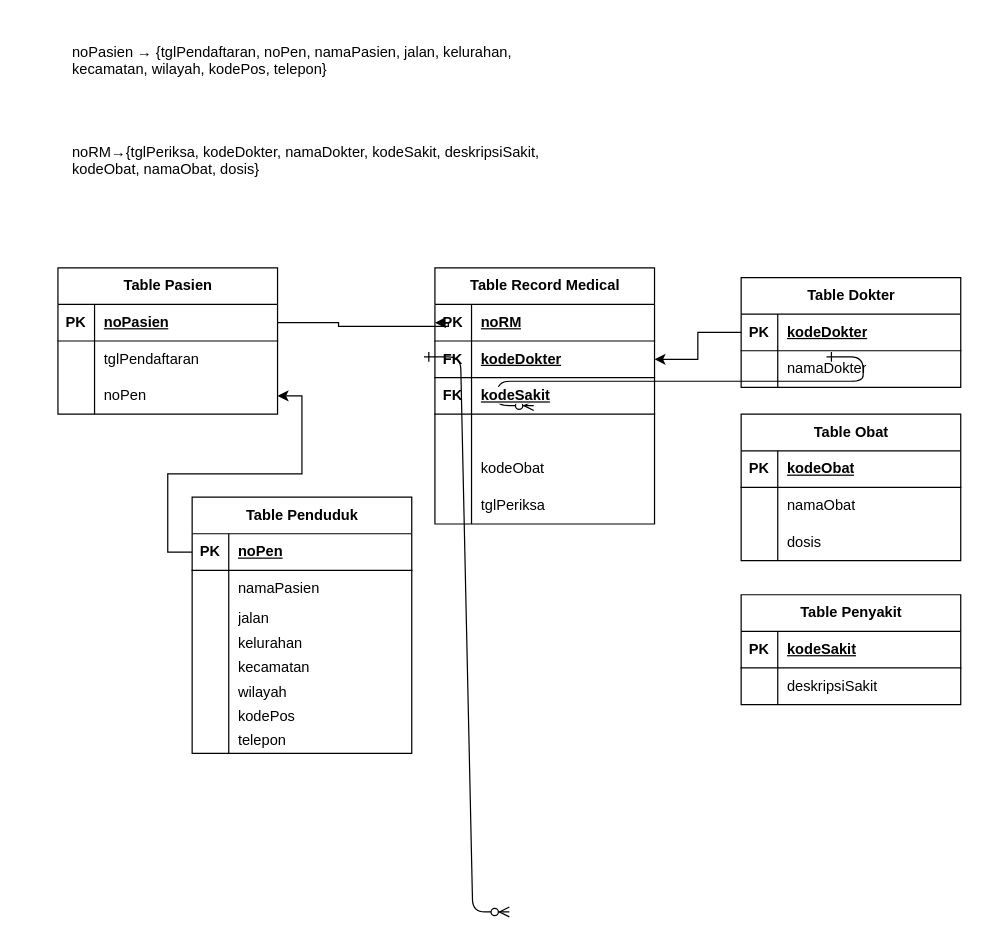
Earlier version of the draw.io diagram management-basisdata/Untitled Diagram.drawio (xoghub/diagrams). Source tidied: cells renumbered, new cells numbered last; positions are measured from the earlier drawing's top-left corner, leaving out a move shared by most shapes. Both pictures are drawn from the tidied source at 122%, with x=0, y=0 at pixel (57, 21).
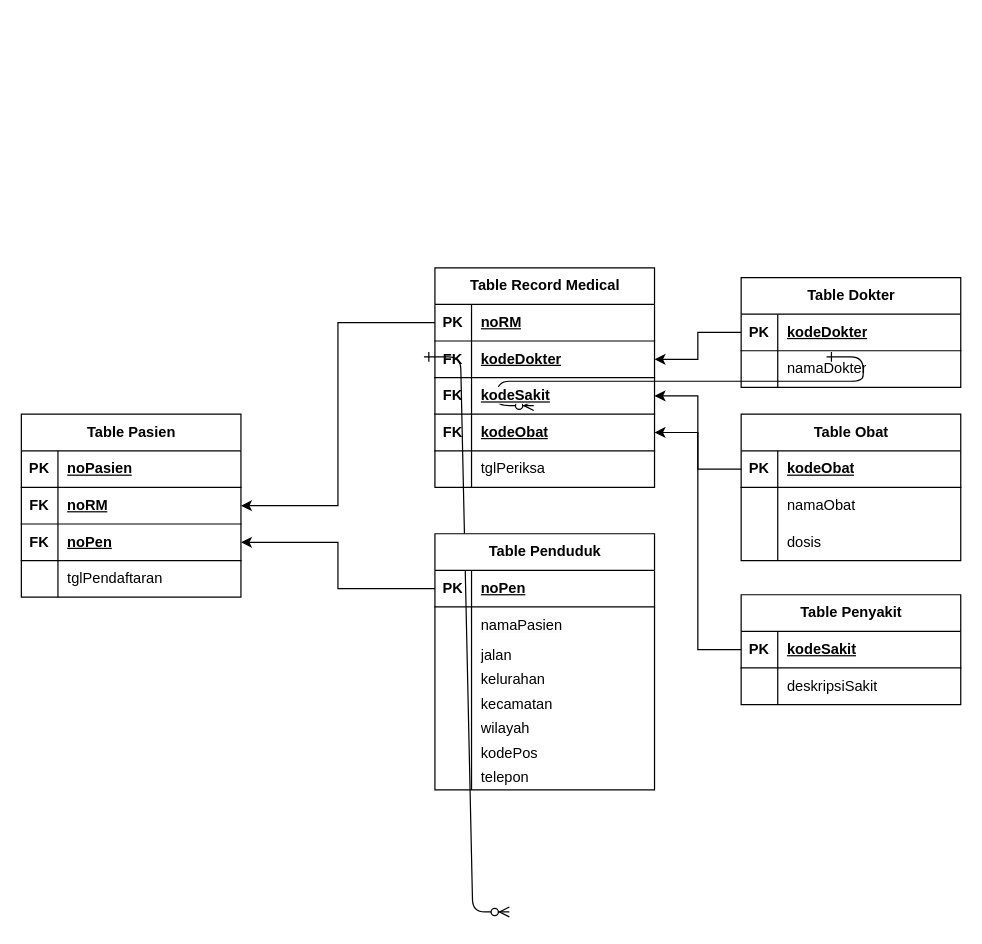
Above is the later version.

The change refers to these unchanged cells:
```xml
<mxCell id="5" style="shape=tableRow;horizontal=0;startSize=0;swimlaneHead=0;swimlaneBody=0;fillColor=none;points=[[0,0.5],[1,0.5]];portConstraint=eastwest;top=0;left=0;right=0;bottom=1;" parent="4" vertex="1">
  <mxGeometry y="30" width="180" height="30" as="geometry" />
</mxCell>
<mxCell id="15" style="shape=tableRow;horizontal=0;startSize=0;swimlaneHead=0;swimlaneBody=0;fillColor=none;points=[[0,0.5],[1,0.5]];portConstraint=eastwest;top=0;left=0;right=0;bottom=1;" parent="14" vertex="1">
  <mxGeometry y="30" width="180" height="30" as="geometry" />
</mxCell>
<mxCell id="21" style="shape=tableRow;horizontal=0;startSize=0;swimlaneHead=0;swimlaneBody=0;fillColor=none;points=[[0,0.5],[1,0.5]];portConstraint=eastwest;top=0;left=0;right=0;bottom=1;" parent="14" vertex="1">
  <mxGeometry y="90" width="180" height="30" as="geometry" />
</mxCell>
<mxCell id="36" style="shape=tableRow;horizontal=0;startSize=0;swimlaneHead=0;swimlaneBody=0;fillColor=none;points=[[0,0.5],[1,0.5]];portConstraint=eastwest;top=0;left=0;right=0;bottom=1;" parent="35" vertex="1">
  <mxGeometry y="30" width="180" height="30" as="geometry" />
</mxCell>
<mxCell id="74" style="shape=tableRow;horizontal=0;startSize=0;swimlaneHead=0;swimlaneBody=0;fillColor=none;points=[[0,0.5],[1,0.5]];portConstraint=eastwest;top=0;left=0;right=0;bottom=1;" parent="73" vertex="1">
  <mxGeometry y="30" width="180" height="30" as="geometry" />
</mxCell>
<mxCell id="84" style="shape=tableRow;horizontal=0;startSize=0;swimlaneHead=0;swimlaneBody=0;fillColor=none;points=[[0,0.5],[1,0.5]];portConstraint=eastwest;top=0;left=0;right=0;bottom=1;" parent="83" vertex="1">
  <mxGeometry y="30" width="180" height="30" as="geometry" />
</mxCell>
```

The edit, as a diff of the source:
```diff
@@
     <mxCell id="4" value="Table Pasien" style="shape=table;startSize=30;childLayout=tableLayout;rowLines=0;fontStyle=1;align=center;html=1;" parent="1" vertex="1">
-      <mxGeometry y="202" width="180" height="120" as="geometry" />
+      <mxGeometry x="-30" y="322" width="180" height="150" as="geometry" />
     </mxCell>
@@
+    <mxCell id="90" style="shape=tableRow;horizontal=0;startSize=0;swimlaneHead=0;swimlaneBody=0;fillColor=none;points=[[0,0.5],[1,0.5]];portConstraint=eastwest;top=0;left=0;right=0;bottom=1;" parent="4" vertex="1">
+      <mxGeometry y="60" width="180" height="30" as="geometry" />
+    </mxCell>
+    <mxCell id="91" value="FK" style="shape=partialRectangle;fillColor=none;top=0;left=0;bottom=0;right=0;fontStyle=1;overflow=hidden;whiteSpace=wrap;html=1;" parent="90" vertex="1">
+      <mxGeometry width="30" height="30" as="geometry" />
+    </mxCell>
+    <mxCell id="92" value="noRM" style="shape=partialRectangle;fillColor=none;top=0;left=0;bottom=0;right=0;align=left;spacingLeft=6;fontStyle=5;overflow=hidden;whiteSpace=wrap;html=1;" parent="90" vertex="1">
+      <mxGeometry x="30" width="150" height="30" as="geometry" />
+    </mxCell>
+    <mxCell id="93" style="shape=tableRow;horizontal=0;startSize=0;swimlaneHead=0;swimlaneBody=0;fillColor=none;points=[[0,0.5],[1,0.5]];portConstraint=eastwest;top=0;left=0;right=0;bottom=1;" parent="4" vertex="1">
+      <mxGeometry y="90" width="180" height="30" as="geometry" />
+    </mxCell>
+    <mxCell id="94" value="FK" style="shape=partialRectangle;fillColor=none;top=0;left=0;bottom=0;right=0;fontStyle=1;overflow=hidden;whiteSpace=wrap;html=1;" parent="93" vertex="1">
+      <mxGeometry width="30" height="30" as="geometry" />
+    </mxCell>
+    <mxCell id="13" value="noPen" style="shape=partialRectangle;fillColor=none;top=0;left=0;bottom=0;right=0;align=left;spacingLeft=6;fontStyle=5;overflow=hidden;whiteSpace=wrap;html=1;" parent="93" vertex="1">
+      <mxGeometry x="30" width="150" height="30" as="geometry" />
+    </mxCell>
     <mxCell id="8" style="shape=tableRow;horizontal=0;startSize=0;swimlaneHead=0;swimlaneBody=0;fillColor=none;top=0;left=0;right=0;bottom=0;" parent="4" vertex="1">
-      <mxGeometry y="60" width="180" height="30" as="geometry" />
+      <mxGeometry y="120" width="180" height="30" as="geometry" />
     </mxCell>
@@
-    <mxCell id="11" style="shape=tableRow;horizontal=0;startSize=0;swimlaneHead=0;swimlaneBody=0;fillColor=none;points=[[0,0.5],[1,0.5]];portConstraint=eastwest;top=0;left=0;right=0;bottom=0;" parent="4" vertex="1">
-      <mxGeometry y="90" width="180" height="30" as="geometry" />
-    </mxCell>
-    <mxCell id="12" style="shape=partialRectangle;fillColor=none;top=0;left=0;bottom=0;right=0;overflow=hidden;whiteSpace=wrap;html=1;" parent="11" vertex="1">
-      <mxGeometry width="30" height="30" as="geometry" />
-    </mxCell>
-    <mxCell id="13" value="noPen" style="shape=partialRectangle;fillColor=none;top=0;left=0;bottom=0;right=0;align=left;spacingLeft=6;overflow=hidden;whiteSpace=wrap;html=1;" parent="11" vertex="1">
-      <mxGeometry x="30" width="150" height="30" as="geometry" />
-    </mxCell>
     <mxCell id="14" value="Table Record Medical" style="shape=table;startSize=30;childLayout=tableLayout;rowLines=0;fontStyle=1;align=center;html=1;" parent="1" vertex="1">
-      <mxGeometry x="309" y="202" width="180" height="210" as="geometry" />
+      <mxGeometry x="309" y="202" width="180" height="180" as="geometry" />
     </mxCell>
@@
-    <mxCell id="24" style="shape=tableRow;horizontal=0;startSize=0;swimlaneHead=0;swimlaneBody=0;fillColor=none;top=0;left=0;right=0;bottom=0;" parent="14" vertex="1">
-      <mxGeometry y="120" width="180" height="30" as="geometry" />
-    </mxCell>
-    <mxCell id="25" style="shape=partialRectangle;fillColor=none;top=0;left=0;bottom=0;right=0;overflow=hidden;whiteSpace=wrap;html=1;" parent="24" vertex="1">
-      <mxGeometry width="30" height="30" as="geometry" />
-    </mxCell>
-    <mxCell id="26" style="shape=partialRectangle;fillColor=none;top=0;left=0;bottom=0;right=0;align=left;spacingLeft=6;overflow=hidden;whiteSpace=wrap;html=1;" parent="24" vertex="1">
-      <mxGeometry x="30" width="150" height="30" as="geometry" />
-    </mxCell>
-    <mxCell id="27" style="shape=tableRow;horizontal=0;startSize=0;swimlaneHead=0;swimlaneBody=0;fillColor=none;top=0;left=0;right=0;bottom=0;" parent="14" vertex="1">
-      <mxGeometry y="150" width="180" height="30" as="geometry" />
-    </mxCell>
-    <mxCell id="28" style="shape=partialRectangle;fillColor=none;top=0;left=0;bottom=0;right=0;overflow=hidden;whiteSpace=wrap;html=1;" parent="27" vertex="1">
-      <mxGeometry width="30" height="30" as="geometry" />
-    </mxCell>
+    <mxCell id="95" style="shape=tableRow;horizontal=0;startSize=0;swimlaneHead=0;swimlaneBody=0;fillColor=none;points=[[0,0.5],[1,0.5]];portConstraint=eastwest;top=0;left=0;right=0;bottom=1;" parent="14" vertex="1">
+      <mxGeometry y="120" width="180" height="30" as="geometry" />
+    </mxCell>
+    <mxCell id="96" value="FK" style="shape=partialRectangle;fillColor=none;top=0;left=0;bottom=0;right=0;fontStyle=1;overflow=hidden;whiteSpace=wrap;html=1;" parent="95" vertex="1">
+      <mxGeometry width="30" height="30" as="geometry" />
+    </mxCell>
-    <mxCell id="29" value="kodeObat" style="shape=partialRectangle;fillColor=none;top=0;left=0;bottom=0;right=0;align=left;spacingLeft=6;overflow=hidden;whiteSpace=wrap;html=1;" parent="27" vertex="1">
+    <mxCell id="29" value="kodeObat" style="shape=partialRectangle;fillColor=none;top=0;left=0;bottom=0;right=0;align=left;spacingLeft=6;fontStyle=5;overflow=hidden;whiteSpace=wrap;html=1;" parent="95" vertex="1">
       <mxGeometry x="30" width="150" height="30" as="geometry" />
     </mxCell>
     <mxCell id="30" style="shape=tableRow;horizontal=0;startSize=0;swimlaneHead=0;swimlaneBody=0;fillColor=none;top=0;left=0;right=0;bottom=0;" parent="14" vertex="1">
-      <mxGeometry y="180" width="180" height="30" as="geometry" />
+      <mxGeometry y="150" width="180" height="30" as="geometry" />
     </mxCell>
@@
-    <mxCell id="33" value="&lt;p class=&quot;MsoNormal&quot;&gt;noPasien &lt;span style=&quot;mso-bidi-font-family:Calibri;&#10;mso-bidi-theme-font:minor-latin&quot;&gt;→ {tglPendaftaran, noPen, namaPasien, jalan, kelurahan,&#10;kecamatan, wilayah, kodePos, telepon}&lt;/span&gt;&lt;/p&gt;&#10;&#10;&lt;p class=&quot;MsoNormal&quot;&gt;&lt;span style=&quot;mso-bidi-font-family:Calibri;mso-bidi-theme-font:&#10;minor-latin&quot;&gt;noRM→{tglPeriksa, kodeDokter, namaDokter, kodeSakit, deskripsiSakit,&#10;kodeObat, namaObat, dosis}&lt;/span&gt;&lt;/p&gt;" style="text;whiteSpace=wrap;html=1;" parent="1" vertex="1">
-      <mxGeometry x="10" width="420" height="160" as="geometry" />
-    </mxCell>
-    <mxCell id="34" style="edgeStyle=orthogonalEdgeStyle;rounded=0;jettySize=auto;html=1;entryX=0;entryY=0.5;entryDx=0;entryDy=0;" parent="1" edge="1" source="5" target="15">
-      <mxGeometry relative="1" as="geometry">
-        <Array as="points">
-          <mxPoint x="230" y="247" />
-          <mxPoint x="230" y="250" />
-          <mxPoint x="320" y="250" />
-        </Array>
-      </mxGeometry>
-    </mxCell>
     <mxCell id="35" value="Table Penduduk" style="shape=table;startSize=30;childLayout=tableLayout;rowLines=0;fontStyle=1;align=center;html=1;" parent="1" vertex="1">
-      <mxGeometry x="110" y="390" width="180" height="210" as="geometry" />
+      <mxGeometry x="309" y="420" width="180" height="210" as="geometry" />
     </mxCell>
@@
-    <mxCell id="63" style="edgeStyle=orthogonalEdgeStyle;rounded=0;jettySize=auto;html=1;" parent="1" edge="1" source="36" target="11">
-      <mxGeometry relative="1" as="geometry" />
-    </mxCell>
@@
+    <mxCell id="97" style="edgeStyle=orthogonalEdgeStyle;rounded=0;jettySize=auto;html=1;entryX=1;entryY=0.5;entryDx=0;entryDy=0;" parent="1" edge="1" source="84" target="21">
+      <mxGeometry relative="1" as="geometry" />
+    </mxCell>
+    <mxCell id="98" style="edgeStyle=orthogonalEdgeStyle;rounded=0;jettySize=auto;html=1;" parent="1" edge="1" source="74" target="95">
+      <mxGeometry relative="1" as="geometry" />
+    </mxCell>
+    <mxCell id="99" style="edgeStyle=orthogonalEdgeStyle;rounded=0;jettySize=auto;html=1;entryX=1;entryY=0.5;entryDx=0;entryDy=0;" parent="1" edge="1" source="15" target="90">
+      <mxGeometry relative="1" as="geometry" />
+    </mxCell>
+    <mxCell id="100" style="edgeStyle=orthogonalEdgeStyle;rounded=0;jettySize=auto;html=1;entryX=1;entryY=0.5;entryDx=0;entryDy=0;" parent="1" edge="1" source="36" target="93">
+      <mxGeometry relative="1" as="geometry" />
+    </mxCell>
```
